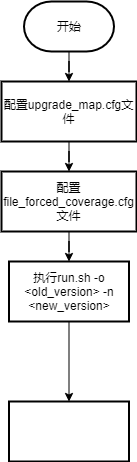
This is drawio/固件升级.drawio.png from Nick-Zzz/collect, a draw.io export, as it was before one commit. Source tidied: cells renumbered, new cells last; positions are measured from the earlier drawing's top-left corner, leaving out a move shared by most shapes.
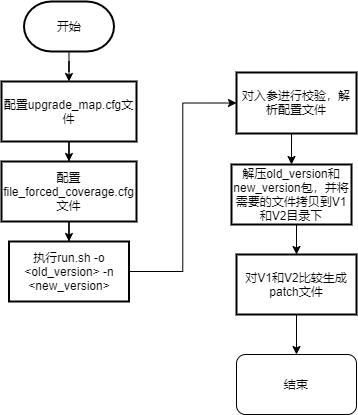
The same file after the commit.

Commit message:
更新固件升级.drawio.png

The edit, as a diff of the source:
```diff
@@ -18,16 +18,34 @@
       <mxGeometry relative="1" as="geometry" />
     </mxCell>
     <mxCell id="7" value="配置file_forced_coverage.cfg&lt;br&gt;文件" style="whiteSpace=wrap;html=1;strokeWidth=2;" parent="1" vertex="1">
-      <mxGeometry y="170" width="135" height="60" as="geometry" />
+      <mxGeometry y="160" width="135" height="60" as="geometry" />
     </mxCell>
-    <mxCell id="8" style="edgeStyle=orthogonalEdgeStyle;rounded=0;jettySize=auto;html=1;" parent="1" edge="1" source="9" target="10">
+    <mxCell id="8" style="edgeStyle=orthogonalEdgeStyle;rounded=0;jettySize=auto;html=1;entryX=0;entryY=0.5;entryDx=0;entryDy=0;" parent="1" edge="1" source="9" target="10">
       <mxGeometry relative="1" as="geometry" />
     </mxCell>
     <mxCell id="9" value="执行run.sh -o &amp;lt;old_version&amp;gt; -n &amp;lt;new_version&amp;gt;" style="whiteSpace=wrap;html=1;strokeWidth=2;" parent="1" vertex="1">
-      <mxGeometry x="7.5" y="260" width="120" height="60" as="geometry" />
+      <mxGeometry x="7.5" y="240" width="120" height="60" as="geometry" />
     </mxCell>
+    <mxCell id="11" style="edgeStyle=orthogonalEdgeStyle;rounded=0;jettySize=auto;html=1;exitX=0.5;exitY=1;exitDx=0;exitDy=0;entryX=0.5;entryY=0;entryDx=0;entryDy=0;" parent="1" edge="1" source="10" target="13">
+      <mxGeometry relative="1" as="geometry" />
+    </mxCell>
-    <mxCell id="10" style="whiteSpace=wrap;html=1;strokeWidth=2;" parent="1" vertex="1">
-      <mxGeometry x="7.5" y="400" width="120" height="60" as="geometry" />
+    <mxCell id="10" value="对入参进行校验，解析配置文件" style="whiteSpace=wrap;html=1;strokeWidth=2;" parent="1" vertex="1">
+      <mxGeometry x="235" y="71" width="120" height="61" as="geometry" />
     </mxCell>
+    <mxCell id="12" style="edgeStyle=orthogonalEdgeStyle;rounded=0;jettySize=auto;html=1;exitX=0.5;exitY=1;exitDx=0;exitDy=0;entryX=0.5;entryY=0;entryDx=0;entryDy=0;" parent="1" edge="1" source="13" target="15">
+      <mxGeometry relative="1" as="geometry" />
+    </mxCell>
+    <mxCell id="13" value="解压old_version和new_version包，并将需要的文件拷贝到V1和V2目录下" style="whiteSpace=wrap;html=1;strokeWidth=2;" parent="1" vertex="1">
+      <mxGeometry x="230" y="163" width="120" height="60" as="geometry" />
+    </mxCell>
+    <mxCell id="14" style="edgeStyle=orthogonalEdgeStyle;rounded=0;jettySize=auto;html=1;entryX=0.5;entryY=0;entryDx=0;entryDy=0;" parent="1" edge="1" source="15" target="16">
+      <mxGeometry relative="1" as="geometry" />
+    </mxCell>
+    <mxCell id="15" value="对V1和V2比较生成patch文件" style="whiteSpace=wrap;html=1;strokeWidth=2;" parent="1" vertex="1">
+      <mxGeometry x="235" y="253" width="120" height="60" as="geometry" />
+    </mxCell>
+    <mxCell id="16" value="结束" style="rounded=1;whiteSpace=wrap;html=1;strokeColor=default;" parent="1" vertex="1">
+      <mxGeometry x="235" y="353" width="120" height="60" as="geometry" />
+    </mxCell>
   </root>
 </mxGraphModel>
```
